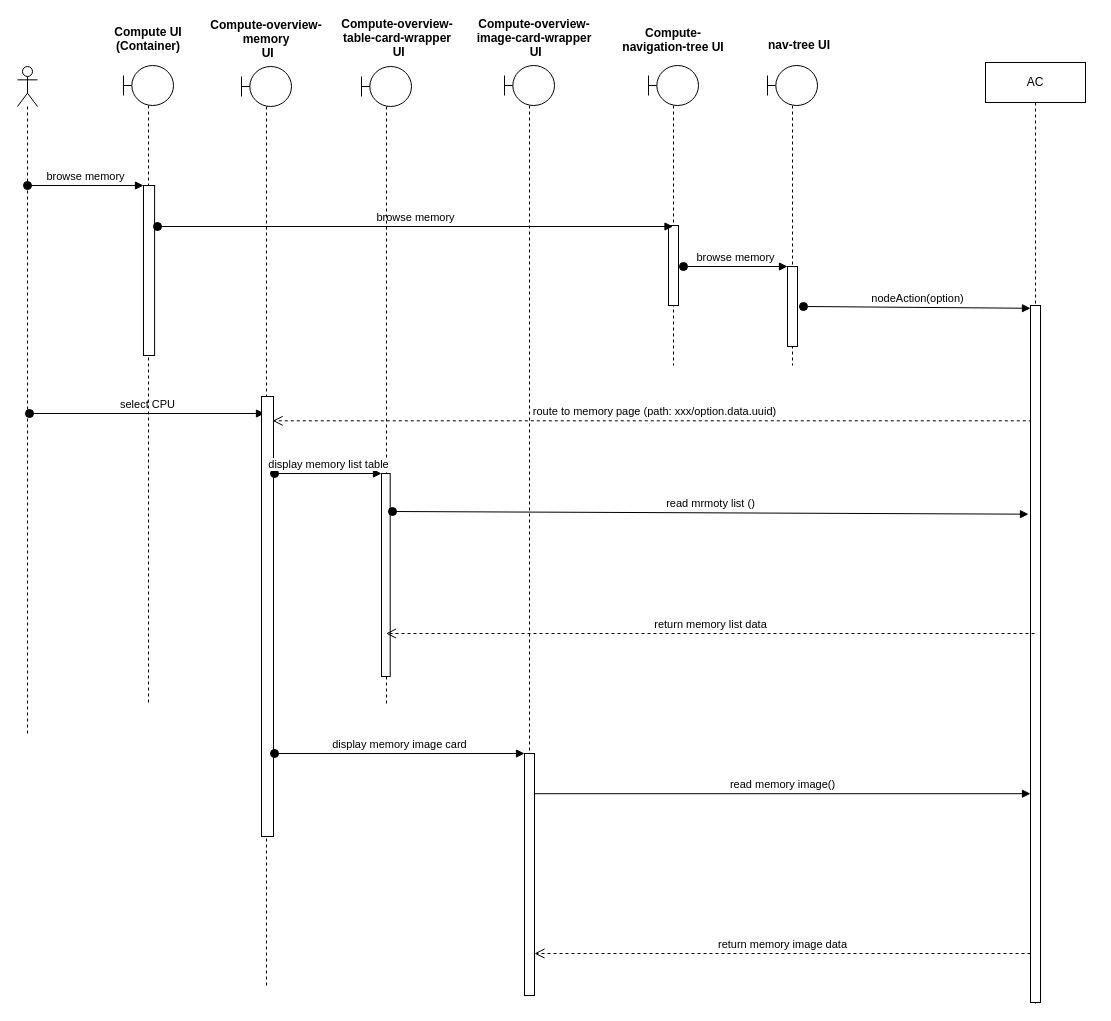
This is page 44 of 45 of Untitled Diagram.drawio from hsiaofung/UML, a draw.io file, before an edit. Source tidied: cells renumbered, new cells numbered last; positions are measured from the earlier drawing's top-left corner, leaving out a move shared by most shapes. Both pictures are drawn from the tidied source at 100%, with x=0, y=0 at pixel (17, 25).
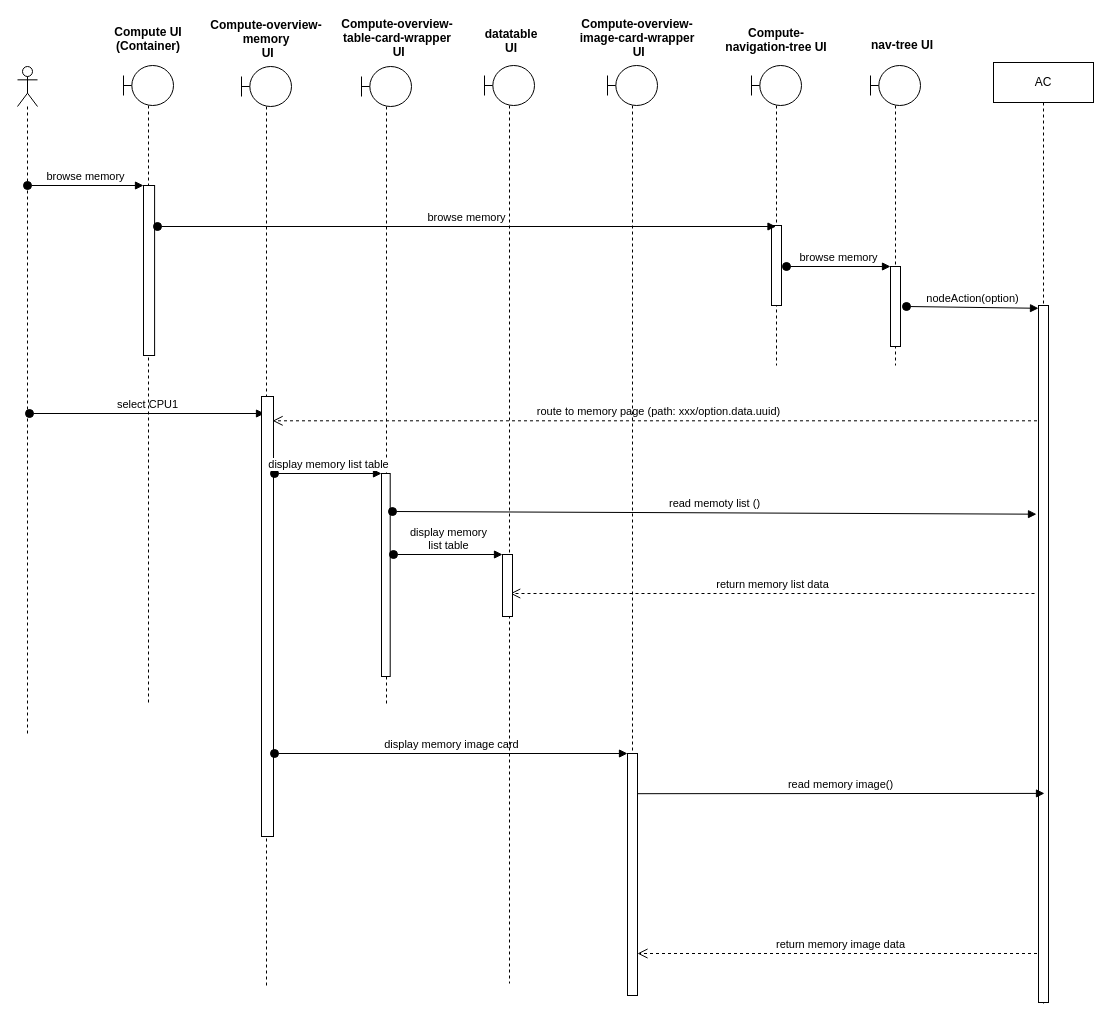
Above is the later version.

The change refers to these unchanged cells:
```xml
<mxCell id="2" style="shape=umlLifeline;participant=umlActor;perimeter=lifelinePerimeter;whiteSpace=wrap;html=1;verticalAlign=top;spacingTop=36;" parent="1" vertex="1">
  <mxGeometry y="41" width="20" height="667" as="geometry" />
</mxCell>
<mxCell id="12" style="html=1;points=[];perimeter=orthogonalPerimeter;" parent="11" vertex="1">
  <mxGeometry x="20" y="201" width="10" height="80" as="geometry" />
</mxCell>
<mxCell id="21" style="shape=umlLifeline;participant=umlBoundary;perimeter=lifelinePerimeter;whiteSpace=wrap;html=1;verticalAlign=top;spacingTop=36;outlineConnect=0;" parent="1" vertex="1">
  <mxGeometry x="344" y="41" width="50" height="640" as="geometry" />
</mxCell>
<mxCell id="33" style="html=1;points=[];perimeter=orthogonalPerimeter;" parent="32" vertex="1">
  <mxGeometry x="45" y="243" width="10" height="697" as="geometry" />
</mxCell>
```

The edit, as a diff of the source:
```diff
@@
-    <mxCell id="3" value="select CPU" style="html=1;verticalAlign=bottom;startArrow=oval;startFill=1;endArrow=block;startSize=8;rounded=0;" parent="2" edge="1">
+    <mxCell id="3" value="select CPU1" style="html=1;verticalAlign=bottom;startArrow=oval;startFill=1;endArrow=block;startSize=8;rounded=0;" parent="2" edge="1">
       <mxGeometry relative="1" as="geometry">
         <mxPoint x="12" y="347" as="sourcePoint" />
         <mxPoint x="247" y="347" as="targetPoint" />
       </mxGeometry>
     </mxCell>
@@
     <mxCell id="8" style="shape=umlLifeline;participant=umlBoundary;perimeter=lifelinePerimeter;whiteSpace=wrap;html=1;verticalAlign=top;spacingTop=36;outlineConnect=0;" parent="1" vertex="1">
-      <mxGeometry x="631" y="40" width="50" height="300" as="geometry" />
+      <mxGeometry x="734" y="40" width="50" height="300" as="geometry" />
     </mxCell>
@@
     <mxCell id="10" value="nav-tree UI" style="text;align=center;fontStyle=1;verticalAlign=middle;spacingLeft=3;spacingRight=3;strokeColor=none;" parent="1" vertex="1">
-      <mxGeometry x="742" y="6" width="80" height="26" as="geometry" />
+      <mxGeometry x="845" y="6" width="80" height="26" as="geometry" />
     </mxCell>
     <mxCell id="11" style="shape=umlLifeline;participant=umlBoundary;perimeter=lifelinePerimeter;whiteSpace=wrap;html=1;verticalAlign=top;spacingTop=36;" parent="1" vertex="1">
-      <mxGeometry x="750" y="40" width="50" height="300" as="geometry" />
+      <mxGeometry x="853" y="40" width="50" height="300" as="geometry" />
     </mxCell>
@@
     <mxCell id="13" value="Compute-&#10;navigation-tree UI" style="text;align=center;fontStyle=1;verticalAlign=middle;spacingLeft=3;spacingRight=3;strokeColor=none;" parent="1" vertex="1">
-      <mxGeometry x="616" y="1" width="80" height="26" as="geometry" />
+      <mxGeometry x="719" y="1" width="80" height="26" as="geometry" />
     </mxCell>
@@
     <mxCell id="15" value="browse memory" style="html=1;verticalAlign=bottom;startArrow=oval;endArrow=block;startSize=8;rounded=0;" parent="1" edge="1" target="12">
       <mxGeometry relative="1" as="geometry">
-        <mxPoint x="666" y="241" as="sourcePoint" />
+        <mxPoint x="769" y="241" as="sourcePoint" />
       </mxGeometry>
     </mxCell>
     <mxCell id="16" value="nodeAction(option)" style="html=1;verticalAlign=bottom;startArrow=oval;endArrow=block;startSize=8;rounded=0;entryX=0;entryY=0.004;entryDx=0;entryDy=0;entryPerimeter=0;" parent="1" edge="1" target="33">
       <mxGeometry relative="1" as="geometry">
-        <mxPoint x="786" y="281" as="sourcePoint" />
+        <mxPoint x="889" y="281" as="sourcePoint" />
       </mxGeometry>
     </mxCell>
-    <mxCell id="17" value="route to memory page (path: xxx/option.data.uuid)" style="html=1;verticalAlign=bottom;endArrow=open;dashed=1;endSize=8;rounded=0;exitX=0.226;exitY=0.929;exitDx=0;exitDy=0;exitPerimeter=0;" parent="1" edge="1">
+    <mxCell id="17" value="route to memory page (path: xxx/option.data.uuid)" style="html=1;verticalAlign=bottom;endArrow=open;dashed=1;endSize=8;rounded=0;" parent="1" edge="1" source="32">
       <mxGeometry relative="1" as="geometry">
-        <mxPoint x="1020.3" y="395.3" as="sourcePoint" />
         <mxPoint x="255.1" y="395.3" as="targetPoint" />
       </mxGeometry>
     </mxCell>
@@
-    <mxCell id="25" value="read mrmoty list ()" style="html=1;verticalAlign=bottom;startArrow=oval;endArrow=block;startSize=8;rounded=0;entryX=0.43;entryY=0.48;entryDx=0;entryDy=0;entryPerimeter=0;" parent="1" edge="1" target="32">
+    <mxCell id="25" value="read memoty list ()" style="html=1;verticalAlign=bottom;startArrow=oval;endArrow=block;startSize=8;rounded=0;entryX=0.43;entryY=0.48;entryDx=0;entryDy=0;entryPerimeter=0;" parent="1" edge="1" target="32">
       <mxGeometry relative="1" as="geometry">
         <mxPoint x="375" y="486" as="sourcePoint" />
       </mxGeometry>
     </mxCell>
     <mxCell id="26" style="shape=umlLifeline;participant=umlBoundary;perimeter=lifelinePerimeter;whiteSpace=wrap;html=1;verticalAlign=top;spacingTop=36;" parent="1" vertex="1">
-      <mxGeometry x="487" y="40" width="50" height="930" as="geometry" />
+      <mxGeometry x="590" y="40" width="50" height="930" as="geometry" />
     </mxCell>
@@
     <mxCell id="28" value="Compute-overview-&#10;image-card-wrapper&#10; UI&#10;" style="text;align=center;fontStyle=1;verticalAlign=middle;spacingLeft=3;spacingRight=3;strokeColor=none;" parent="1" vertex="1">
-      <mxGeometry x="477" y="6" width="80" height="26" as="geometry" />
+      <mxGeometry x="580" y="6" width="80" height="26" as="geometry" />
     </mxCell>
@@
-    <mxCell id="30" value="read memory image()" style="html=1;verticalAlign=bottom;endArrow=block;entryX=0.39;entryY=0.777;rounded=0;entryDx=0;entryDy=0;entryPerimeter=0;" parent="1" edge="1">
-      <mxGeometry relative="1" as="geometry">
-        <mxPoint x="517.3" y="768.2" as="sourcePoint" />
-        <mxPoint x="1013" y="768.2" as="targetPoint" />
-      </mxGeometry>
-    </mxCell>
-    <mxCell id="31" value="return memory image data" style="html=1;verticalAlign=bottom;endArrow=open;dashed=1;endSize=8;rounded=0;" parent="1" edge="1">
+    <mxCell id="31" value="return memory image data" style="html=1;verticalAlign=bottom;endArrow=open;dashed=1;endSize=8;rounded=0;" parent="1" edge="1" source="32">
       <mxGeometry relative="1" as="geometry">
-        <mxPoint x="1013" y="928" as="sourcePoint" />
-        <mxPoint x="517" y="928" as="targetPoint" />
+        <mxPoint x="620" y="928" as="targetPoint" />
       </mxGeometry>
     </mxCell>
     <mxCell id="32" value="AC" style="shape=umlLifeline;perimeter=lifelinePerimeter;whiteSpace=wrap;html=1;outlineConnect=0;" parent="1" vertex="1">
-      <mxGeometry x="968" y="37" width="100" height="941" as="geometry" />
+      <mxGeometry x="976" y="37" width="100" height="941" as="geometry" />
     </mxCell>
@@
-    <mxCell id="34" value="return memory list data" style="html=1;verticalAlign=bottom;endArrow=open;dashed=1;endSize=8;rounded=0;" parent="1" edge="1" target="21">
+    <mxCell id="34" value="return memory list data" style="html=1;verticalAlign=bottom;endArrow=open;dashed=1;endSize=8;rounded=0;" parent="1" edge="1">
       <mxGeometry relative="1" as="geometry">
-        <mxPoint x="1017" y="608" as="sourcePoint" />
+        <mxPoint x="1017" y="568" as="sourcePoint" />
+        <mxPoint x="492.7" y="568" as="targetPoint" />
       </mxGeometry>
     </mxCell>
+    <mxCell id="35" style="shape=umlLifeline;participant=umlBoundary;perimeter=lifelinePerimeter;whiteSpace=wrap;html=1;verticalAlign=top;spacingTop=36;" parent="1" vertex="1">
+      <mxGeometry x="467" y="40" width="50" height="918" as="geometry" />
+    </mxCell>
+    <mxCell id="36" value="datatable &#10;UI" style="text;align=center;fontStyle=1;verticalAlign=middle;spacingLeft=3;spacingRight=3;strokeColor=none;" parent="1" vertex="1">
+      <mxGeometry x="454" y="2" width="80" height="26" as="geometry" />
+    </mxCell>
+    <mxCell id="37" style="html=1;points=[];perimeter=orthogonalPerimeter;" parent="1" vertex="1">
+      <mxGeometry x="485" y="529" width="10" height="62" as="geometry" />
+    </mxCell>
+    <mxCell id="38" value="display memory&lt;br&gt;list table" style="html=1;verticalAlign=bottom;startArrow=oval;endArrow=block;startSize=8;rounded=0;" parent="1" edge="1" target="37">
+      <mxGeometry relative="1" as="geometry">
+        <mxPoint x="376" y="529" as="sourcePoint" />
+      </mxGeometry>
+    </mxCell>
+    <mxCell id="30" value="read memory image()" style="html=1;verticalAlign=bottom;endArrow=block;rounded=0;entryX=0.6;entryY=0.7;entryDx=0;entryDy=0;entryPerimeter=0;" parent="1" edge="1" target="33">
+      <mxGeometry relative="1" as="geometry">
+        <mxPoint x="620.3" y="768.2" as="sourcePoint" />
+      </mxGeometry>
+    </mxCell>
```
